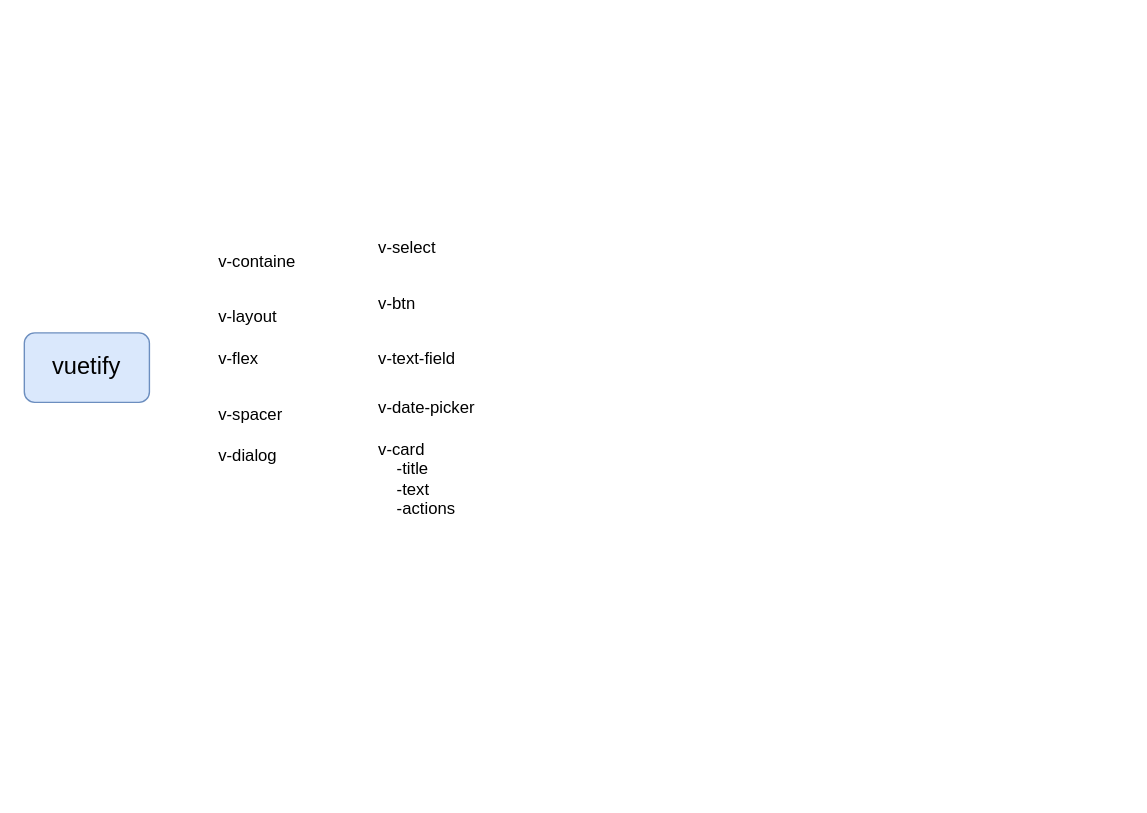
Above: page "vuetify" (1 of 2) of assets/drawio/vue.drawio in atanx/atanx.github.io (draw.io), before the change. Source tidied: cells renumbered, new cells numbered last; positions are measured from the earlier drawing's top-left corner, leaving out a move shared by most shapes. Both pictures are drawn from the tidied source at 139%, with x=0, y=0 at pixel (24, 228).
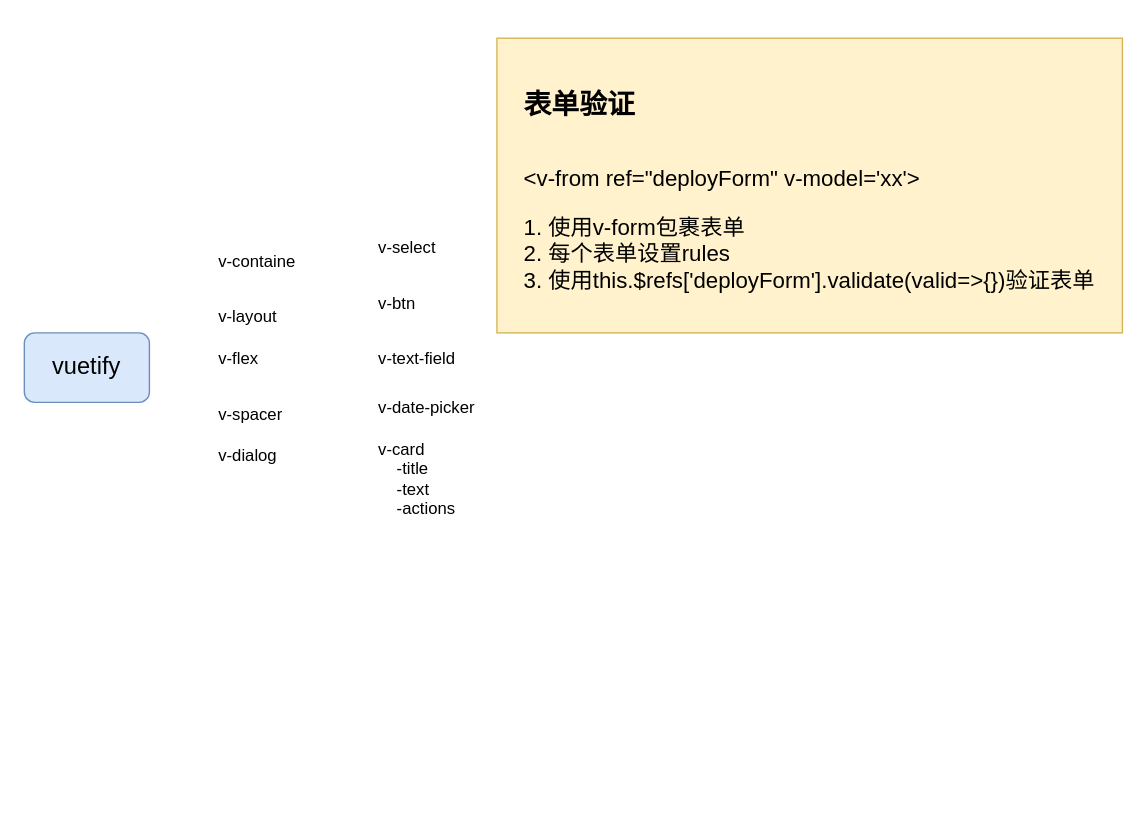
After the change.

The edit, as a diff of the source:
```diff
@@
 <mxGraphModel>
   <root>
     <mxCell id="0" />
     <mxCell id="1" parent="0" />
     <mxCell id="2" value="&lt;div style=&quot;text-align: center; font-size: 17px;&quot;&gt;&lt;span style=&quot;font-size: 17px;&quot;&gt;vuetify&lt;/span&gt;&lt;/div&gt;" style="rounded=1;whiteSpace=wrap;html=1;align=center;fontSize=17;fillColor=#dae8fc;strokeColor=#6c8ebf;" parent="1" vertex="1">
       <mxGeometry y="75" width="90" height="50" as="geometry" />
     </mxCell>
     <mxCell id="3" value="v-containe" style="text;html=1;fontSize=12;" parent="1" vertex="1">
       <mxGeometry x="138" y="10" width="60" height="30" as="geometry" />
     </mxCell>
     <mxCell id="4" value="v-layout" style="text;html=1;fontSize=12;" parent="1" vertex="1">
       <mxGeometry x="138" y="50" width="58" height="30" as="geometry" />
     </mxCell>
     <mxCell id="5" value="v-flex" style="text;html=1;fontSize=12;" parent="1" vertex="1">
       <mxGeometry x="138" y="80" width="40" height="30" as="geometry" />
     </mxCell>
     <mxCell id="6" value="v-select" style="text;html=1;fontSize=12;" parent="1" vertex="1">
       <mxGeometry x="252.5" width="80" height="40" as="geometry" />
     </mxCell>
     <mxCell id="7" style="group;" parent="1" vertex="1">
       <mxGeometry x="60" y="324" width="192" height="80" as="geometry" />
     </mxCell>
     <mxCell id="8" value="v-card&amp;nbsp; &amp;nbsp; &lt;br style=&quot;font-size: 12px&quot;&gt;&amp;nbsp; &amp;nbsp; -title&lt;br style=&quot;font-size: 12px&quot;&gt;&amp;nbsp; &amp;nbsp; -text&lt;br style=&quot;font-size: 12px&quot;&gt;&amp;nbsp; &amp;nbsp; -actions&lt;br style=&quot;font-size: 12px&quot;&gt;" style="text;html=1;fontSize=12;" parent="1" vertex="1">
       <mxGeometry x="252.5" y="145" width="100" height="90" as="geometry" />
     </mxCell>
     <mxCell id="9" value="v-date-picker" style="text;html=1;fontSize=12;" parent="1" vertex="1">
       <mxGeometry x="252.5" y="115" width="100" height="30" as="geometry" />
     </mxCell>
     <mxCell id="10" value="v-spacer" style="text;html=1;fontSize=12;" parent="1" vertex="1">
       <mxGeometry x="138" y="120" width="70" height="30" as="geometry" />
     </mxCell>
     <mxCell id="11" value="v-text-field" style="text;html=1;fontSize=12;" parent="1" vertex="1">
       <mxGeometry x="252.5" y="80" width="80" height="30" as="geometry" />
     </mxCell>
     <mxCell id="12" value="v-btn" style="text;html=1;fontSize=12;" parent="1" vertex="1">
       <mxGeometry x="252.5" y="40" width="50" height="30" as="geometry" />
     </mxCell>
     <mxCell id="13" value="v-dialog" style="text;html=1;fontSize=12;" parent="1" vertex="1">
       <mxGeometry x="138" y="150" width="70" height="30" as="geometry" />
     </mxCell>
+    <mxCell id="14" value="&lt;p style=&quot;line-height: 50%&quot;&gt;&lt;/p&gt;&lt;h1 style=&quot;text-align: left&quot;&gt;&lt;font style=&quot;font-size: 20px&quot;&gt;表单验证&lt;/font&gt;&lt;/h1&gt;&lt;p style=&quot;text-align: left ; font-size: 16px&quot;&gt;&lt;font style=&quot;font-size: 16px&quot;&gt;&amp;lt;v-from ref=&quot;deployForm&quot; v-model='xx'&amp;gt;&lt;/font&gt;&lt;/p&gt;&lt;p style=&quot;text-align: left ; font-size: 16px&quot;&gt;&lt;font style=&quot;font-size: 16px&quot;&gt;&lt;span&gt;1. 使用v-form包裹表单&lt;br&gt;&lt;/span&gt;&lt;/font&gt;&lt;span&gt;2. 每个表单设置rules&lt;br&gt;&lt;/span&gt;&lt;span&gt;3. 使用this.$refs['deployForm'].validate(valid=&amp;gt;{})验证表单&lt;/span&gt;&lt;/p&gt;&lt;p&gt;&lt;/p&gt;" style="text;html=1;strokeColor=#d6b656;fillColor=#fff2cc;spacing=5;spacingTop=-20;whiteSpace=wrap;overflow=hidden;rounded=0;fontSize=20;align=center;" parent="1" vertex="1">
+      <mxGeometry x="340" y="-137" width="450" height="212" as="geometry" />
+    </mxCell>
   </root>
 </mxGraphModel>
```
